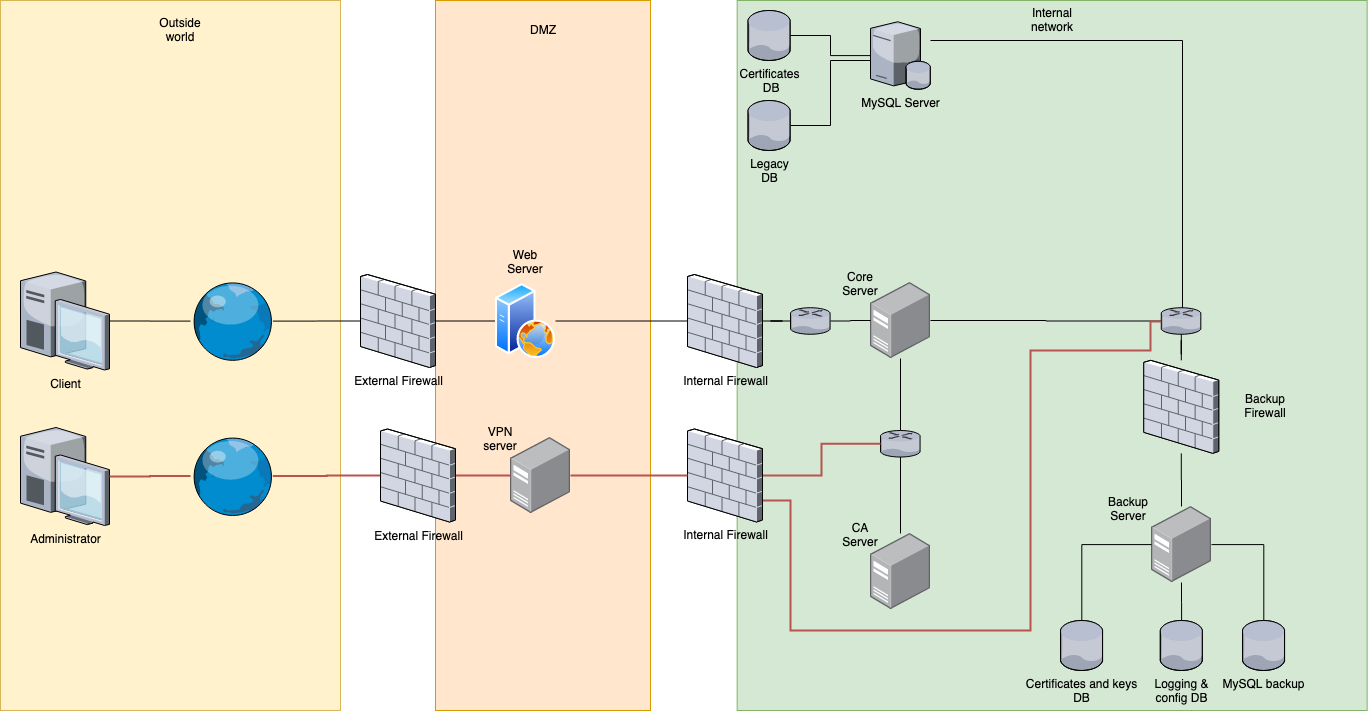
Before: doc/network_plan/sketch_network.png, a diagram exported from draw.io (ManuelMeinen/Applied-Security-Lab). Source tidied: cells renumbered, new cells last; positions are measured from the earlier drawing's top-left corner, leaving out a move shared by most shapes.
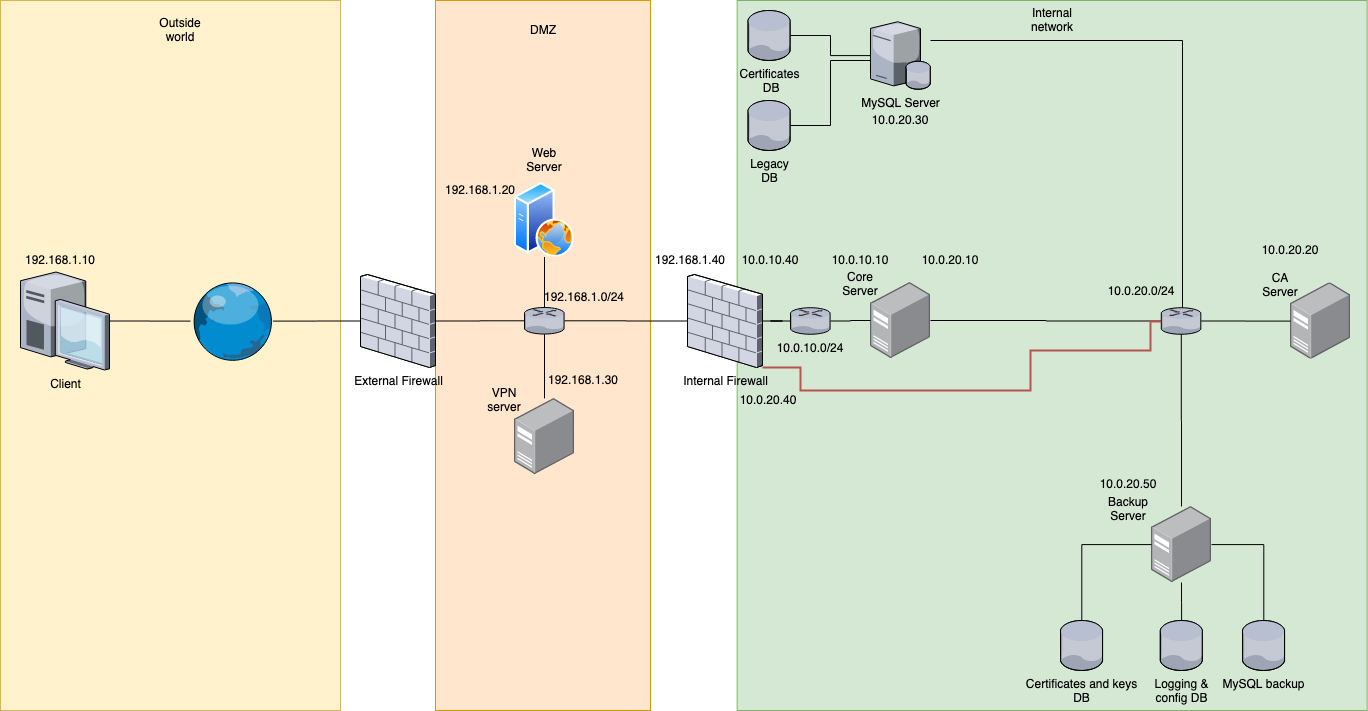
The same diagram one commit later.

Diff of the diagram source:
```diff
@@ -17,15 +17,12 @@
     <mxCell id="6" value="Client" style="verticalLabelPosition=bottom;html=1;verticalAlign=top;strokeColor=none;align=center;outlineConnect=0;shape=mxgraph.citrix.desktop;" parent="1" vertex="1">
       <mxGeometry x="20" y="271.5" width="89" height="98" as="geometry" />
     </mxCell>
-    <mxCell id="7" style="edgeStyle=orthogonalEdgeStyle;rounded=0;jettySize=auto;html=1;endArrow=none;endFill=0;" parent="1" edge="1" source="8" target="64">
-      <mxGeometry relative="1" as="geometry" />
-    </mxCell>
+    <mxCell id="70" style="edgeStyle=orthogonalEdgeStyle;rounded=0;jettySize=auto;html=1;endArrow=none;endFill=0;" parent="1" edge="1" source="8" target="74">
+      <mxGeometry relative="1" as="geometry" />
+    </mxCell>
     <mxCell id="8" value="External Firewall" style="verticalLabelPosition=bottom;html=1;verticalAlign=top;strokeColor=none;align=center;outlineConnect=0;shape=mxgraph.citrix.firewall;" parent="1" vertex="1">
       <mxGeometry x="360" y="274" width="75" height="93" as="geometry" />
     </mxCell>
-    <mxCell id="9" style="edgeStyle=orthogonalEdgeStyle;rounded=0;jettySize=auto;html=1;endArrow=none;endFill=0;" parent="1" edge="1" source="64" target="19">
-      <mxGeometry relative="1" as="geometry" />
-    </mxCell>
     <mxCell id="10" value="DMZ" style="text;html=1;strokeColor=none;fillColor=none;align=center;verticalAlign=middle;whiteSpace=wrap;rounded=0;" parent="1" vertex="1">
       <mxGeometry x="522.5" y="20" width="40" height="20" as="geometry" />
     </mxCell>
@@ -84,7 +81,7 @@
       <mxGeometry x="190" y="281.2" width="82.3" height="78.7" as="geometry" />
     </mxCell>
     <mxCell id="25" style="group;" parent="1" vertex="1">
-      <mxGeometry x="840" y="525" width="90" height="84" as="geometry" />
+      <mxGeometry x="1260" y="274.5" width="90" height="84" as="geometry" />
     </mxCell>
     <mxCell id="26" style="points=[];html=1;align=center;shadow=0;dashed=0;image;image=img/lib/allied_telesis/computer_and_terminals/Server_Desktop.svg;" parent="25" vertex="1">
       <mxGeometry x="30" y="7.9" width="60" height="76.1" as="geometry" />
@@ -92,9 +89,9 @@
     <mxCell id="27" value="CA&lt;br&gt;Server" style="text;html=1;strokeColor=none;fillColor=none;align=center;verticalAlign=middle;whiteSpace=wrap;rounded=0;" parent="25" vertex="1">
       <mxGeometry width="40" height="20" as="geometry" />
     </mxCell>
-    <mxCell id="28" style="edgeStyle=orthogonalEdgeStyle;rounded=0;jettySize=auto;html=1;endArrow=none;endFill=0;" parent="1" edge="1" source="29" target="56">
-      <mxGeometry relative="1" as="geometry" />
-    </mxCell>
+    <mxCell id="71" style="edgeStyle=orthogonalEdgeStyle;rounded=0;jettySize=auto;html=1;endArrow=none;endFill=0;" parent="1" edge="1" source="29" target="33">
+      <mxGeometry relative="1" as="geometry" />
+    </mxCell>
     <mxCell id="29" style="verticalLabelPosition=bottom;html=1;verticalAlign=top;strokeColor=none;align=center;outlineConnect=0;shape=mxgraph.citrix.router;" parent="1" vertex="1">
       <mxGeometry x="1160.8" y="307.2" width="40" height="26.6" as="geometry" />
     </mxCell>
@@ -119,9 +116,6 @@
     <mxCell id="36" style="edgeStyle=orthogonalEdgeStyle;rounded=0;jettySize=auto;html=1;endArrow=none;endFill=0;" parent="1" edge="1" source="16" target="29">
       <mxGeometry relative="1" as="geometry" />
     </mxCell>
-    <mxCell id="37" style="edgeStyle=orthogonalEdgeStyle;rounded=0;jettySize=auto;html=1;endArrow=none;endFill=0;" parent="1" edge="1" source="56" target="33">
-      <mxGeometry relative="1" as="geometry" />
-    </mxCell>
     <mxCell id="38" style="edgeStyle=orthogonalEdgeStyle;rounded=0;jettySize=auto;html=1;endArrow=none;endFill=0;" parent="1" edge="1" source="33" target="30">
       <mxGeometry relative="1" as="geometry" />
     </mxCell>
@@ -131,17 +125,8 @@
     <mxCell id="40" style="edgeStyle=orthogonalEdgeStyle;rounded=0;jettySize=auto;html=1;endArrow=none;endFill=0;" parent="1" edge="1" source="33" target="35">
       <mxGeometry relative="1" as="geometry" />
     </mxCell>
-    <mxCell id="41" style="edgeStyle=orthogonalEdgeStyle;rounded=0;jettySize=auto;html=1;endArrow=none;endFill=0;" parent="1" edge="1" source="42" target="16">
-      <mxGeometry relative="1" as="geometry" />
-    </mxCell>
-    <mxCell id="42" style="verticalLabelPosition=bottom;html=1;verticalAlign=top;strokeColor=none;align=center;outlineConnect=0;shape=mxgraph.citrix.router;" parent="1" vertex="1">
-      <mxGeometry x="880" y="430" width="40" height="26.6" as="geometry" />
-    </mxCell>
-    <mxCell id="43" style="edgeStyle=orthogonalEdgeStyle;rounded=0;jettySize=auto;html=1;endArrow=none;endFill=0;" parent="1" edge="1" source="26" target="42">
-      <mxGeometry relative="1" as="geometry" />
-    </mxCell>
     <mxCell id="44" style="group;" parent="1" vertex="1">
-      <mxGeometry x="480" y="429" width="90" height="84" as="geometry" />
+      <mxGeometry x="484" y="390" width="90" height="84" as="geometry" />
     </mxCell>
     <mxCell id="45" style="points=[];html=1;align=center;shadow=0;dashed=0;image;image=img/lib/allied_telesis/computer_and_terminals/Server_Desktop.svg;" parent="44" vertex="1">
       <mxGeometry x="30" y="7.9" width="60" height="76.1" as="geometry" />
@@ -149,54 +134,18 @@
     <mxCell id="46" value="VPN server" style="text;html=1;strokeColor=none;fillColor=none;align=center;verticalAlign=middle;whiteSpace=wrap;rounded=0;" parent="44" vertex="1">
       <mxGeometry width="40" height="20" as="geometry" />
     </mxCell>
-    <mxCell id="47" style="edgeStyle=orthogonalEdgeStyle;rounded=0;jettySize=auto;html=1;endArrow=none;endFill=0;fillColor=#f8cecc;strokeColor=#b85450;strokeWidth=2;" parent="1" edge="1" source="49" target="42">
-      <mxGeometry relative="1" as="geometry" />
-    </mxCell>
-    <mxCell id="48" style="edgeStyle=orthogonalEdgeStyle;rounded=0;jettySize=auto;html=1;endArrow=none;endFill=0;strokeWidth=2;fillColor=#f8cecc;strokeColor=#b85450;" parent="1" edge="1" source="49" target="29">
+    <mxCell id="48" style="edgeStyle=orthogonalEdgeStyle;rounded=0;jettySize=auto;html=1;endArrow=none;endFill=0;strokeWidth=2;fillColor=#f8cecc;strokeColor=#b85450;" parent="1" edge="1" source="19" target="29">
       <mxGeometry relative="1" as="geometry">
         <Array as="points">
-          <mxPoint x="790" y="500" />
-          <mxPoint x="790" y="630" />
-          <mxPoint x="1030" y="630" />
+          <mxPoint x="800" y="367" />
+          <mxPoint x="800" y="390" />
+          <mxPoint x="1030" y="390" />
           <mxPoint x="1030" y="350" />
           <mxPoint x="1150" y="350" />
           <mxPoint x="1150" y="321" />
         </Array>
       </mxGeometry>
     </mxCell>
-    <mxCell id="49" value="Internal Firewall" style="verticalLabelPosition=bottom;html=1;verticalAlign=top;strokeColor=none;align=center;outlineConnect=0;shape=mxgraph.citrix.firewall;" parent="1" vertex="1">
-      <mxGeometry x="687" y="428.5" width="75" height="93" as="geometry" />
-    </mxCell>
-    <mxCell id="50" style="edgeStyle=orthogonalEdgeStyle;rounded=0;jettySize=auto;html=1;endArrow=none;endFill=0;fillColor=#f8cecc;strokeColor=#b85450;strokeWidth=2;" parent="1" edge="1" source="45" target="49">
-      <mxGeometry relative="1" as="geometry" />
-    </mxCell>
-    <mxCell id="51" value="Administrator" style="verticalLabelPosition=bottom;html=1;verticalAlign=top;strokeColor=none;align=center;outlineConnect=0;shape=mxgraph.citrix.desktop;" parent="1" vertex="1">
-      <mxGeometry x="20" y="427" width="89" height="98" as="geometry" />
-    </mxCell>
-    <mxCell id="52" style="edgeStyle=orthogonalEdgeStyle;rounded=0;jettySize=auto;html=1;endArrow=none;endFill=0;strokeWidth=2;fillColor=#f8cecc;strokeColor=#b85450;" parent="1" edge="1" source="53" target="59">
-      <mxGeometry relative="1" as="geometry" />
-    </mxCell>
-    <mxCell id="53" style="verticalLabelPosition=bottom;html=1;verticalAlign=top;strokeColor=none;align=center;outlineConnect=0;shape=mxgraph.citrix.globe;" parent="1" vertex="1">
-      <mxGeometry x="190" y="436.3" width="82.3" height="78.7" as="geometry" />
-    </mxCell>
-    <mxCell id="54" style="edgeStyle=orthogonalEdgeStyle;rounded=0;jettySize=auto;html=1;endArrow=none;endFill=0;strokeWidth=2;fillColor=#f8cecc;strokeColor=#b85450;" parent="1" edge="1" source="51" target="53">
-      <mxGeometry relative="1" as="geometry" />
-    </mxCell>
-    <mxCell id="55" style="group;" parent="1" vertex="1">
-      <mxGeometry x="1143.2" y="359.8" width="141.2" height="93" as="geometry" />
-    </mxCell>
-    <mxCell id="56" style="verticalLabelPosition=bottom;html=1;verticalAlign=top;strokeColor=none;align=center;outlineConnect=0;shape=mxgraph.citrix.firewall;" parent="55" vertex="1">
-      <mxGeometry width="75" height="93" as="geometry" />
-    </mxCell>
-    <mxCell id="57" value="Backup Firewall" style="text;html=1;strokeColor=none;fillColor=none;align=center;verticalAlign=middle;whiteSpace=wrap;rounded=0;" parent="55" vertex="1">
-      <mxGeometry x="101.2" y="36.5" width="40" height="20" as="geometry" />
-    </mxCell>
-    <mxCell id="58" style="edgeStyle=orthogonalEdgeStyle;rounded=0;jettySize=auto;html=1;endArrow=none;endFill=0;strokeWidth=2;fillColor=#f8cecc;strokeColor=#b85450;" parent="1" edge="1" source="59" target="45">
-      <mxGeometry relative="1" as="geometry" />
-    </mxCell>
-    <mxCell id="59" value="External Firewall" style="verticalLabelPosition=bottom;html=1;verticalAlign=top;strokeColor=none;align=center;outlineConnect=0;shape=mxgraph.citrix.firewall;" parent="1" vertex="1">
-      <mxGeometry x="380" y="428.5" width="75" height="93" as="geometry" />
-    </mxCell>
     <mxCell id="60" style="edgeStyle=orthogonalEdgeStyle;rounded=0;jettySize=auto;html=1;endArrow=none;endFill=0;" parent="1" edge="1" source="61" target="16">
       <mxGeometry relative="1" as="geometry" />
     </mxCell>
@@ -207,7 +156,7 @@
       <mxGeometry relative="1" as="geometry" />
     </mxCell>
     <mxCell id="63" style="group;" parent="1" vertex="1">
-      <mxGeometry x="495" y="251.5" width="60" height="106.5" as="geometry" />
+      <mxGeometry x="514" y="150" width="60" height="106.5" as="geometry" />
     </mxCell>
     <mxCell id="64" style="perimeter=ellipsePerimeter;html=1;align=center;shadow=0;dashed=0;spacingTop=3;image;image=img/lib/active_directory/web_server.svg;" parent="63" vertex="1">
       <mxGeometry y="31.5" width="60" height="75" as="geometry" />
@@ -233,5 +182,62 @@
     <mxCell id="69" value="&lt;div&gt;Legacy &lt;br&gt;&lt;/div&gt;&lt;div&gt;DB&lt;/div&gt;" style="verticalLabelPosition=bottom;html=1;verticalAlign=top;strokeColor=none;align=center;outlineConnect=0;shape=mxgraph.citrix.database;" parent="1" vertex="1">
       <mxGeometry x="747.5" y="100" width="42.5" height="50" as="geometry" />
     </mxCell>
+    <mxCell id="72" style="edgeStyle=orthogonalEdgeStyle;rounded=0;jettySize=auto;html=1;endArrow=none;endFill=0;" parent="1" edge="1" source="74" target="19">
+      <mxGeometry relative="1" as="geometry" />
+    </mxCell>
+    <mxCell id="73" style="edgeStyle=orthogonalEdgeStyle;rounded=0;jettySize=auto;html=1;endArrow=none;endFill=0;" parent="1" edge="1" source="74" target="45">
+      <mxGeometry relative="1" as="geometry" />
+    </mxCell>
+    <mxCell id="74" style="verticalLabelPosition=bottom;html=1;verticalAlign=top;strokeColor=none;align=center;outlineConnect=0;shape=mxgraph.citrix.router;" parent="1" vertex="1">
+      <mxGeometry x="524" y="307" width="40" height="26.6" as="geometry" />
+    </mxCell>
+    <mxCell id="75" style="edgeStyle=orthogonalEdgeStyle;rounded=0;jettySize=auto;html=1;endArrow=none;endFill=0;" parent="1" edge="1" source="64" target="74">
+      <mxGeometry relative="1" as="geometry" />
+    </mxCell>
+    <mxCell id="76" style="edgeStyle=orthogonalEdgeStyle;rounded=0;jettySize=auto;html=1;endArrow=none;endFill=0;" parent="1" edge="1" source="26" target="29">
+      <mxGeometry relative="1" as="geometry" />
+    </mxCell>
+    <mxCell id="77" value="192.168.1.10" style="text;html=1;strokeColor=none;fillColor=none;align=center;verticalAlign=middle;whiteSpace=wrap;rounded=0;" parent="1" vertex="1">
+      <mxGeometry x="40" y="250" width="40" height="20" as="geometry" />
+    </mxCell>
+    <mxCell id="78" value="192.168.1.20" style="text;html=1;strokeColor=none;fillColor=none;align=center;verticalAlign=middle;whiteSpace=wrap;rounded=0;" parent="1" vertex="1">
+      <mxGeometry x="460" y="180" width="40" height="20" as="geometry" />
+    </mxCell>
+    <mxCell id="79" value="192.168.1.30" style="text;html=1;strokeColor=none;fillColor=none;align=center;verticalAlign=middle;whiteSpace=wrap;rounded=0;" parent="1" vertex="1">
+      <mxGeometry x="562.5" y="370" width="40" height="20" as="geometry" />
+    </mxCell>
+    <mxCell id="80" value="&lt;div&gt;192.168.1.40&lt;/div&gt;" style="text;html=1;strokeColor=none;fillColor=none;align=center;verticalAlign=middle;whiteSpace=wrap;rounded=0;" parent="1" vertex="1">
+      <mxGeometry x="670" y="250" width="40" height="20" as="geometry" />
+    </mxCell>
+    <mxCell id="81" value="10.0.10.40" style="text;html=1;strokeColor=none;fillColor=none;align=center;verticalAlign=middle;whiteSpace=wrap;rounded=0;" parent="1" vertex="1">
+      <mxGeometry x="750" y="250" width="40" height="20" as="geometry" />
+    </mxCell>
+    <mxCell id="82" value="10.0.20.40" style="text;html=1;strokeColor=none;fillColor=none;align=center;verticalAlign=middle;whiteSpace=wrap;rounded=0;" parent="1" vertex="1">
+      <mxGeometry x="747.5" y="390" width="40" height="20" as="geometry" />
+    </mxCell>
+    <mxCell id="83" value="10.0.10.10" style="text;html=1;strokeColor=none;fillColor=none;align=center;verticalAlign=middle;whiteSpace=wrap;rounded=0;" parent="1" vertex="1">
+      <mxGeometry x="840" y="250" width="40" height="20" as="geometry" />
+    </mxCell>
+    <mxCell id="84" value="10.0.20.10" style="text;html=1;strokeColor=none;fillColor=none;align=center;verticalAlign=middle;whiteSpace=wrap;rounded=0;" parent="1" vertex="1">
+      <mxGeometry x="930" y="250" width="40" height="20" as="geometry" />
+    </mxCell>
+    <mxCell id="85" value="10.0.20.20" style="text;html=1;strokeColor=none;fillColor=none;align=center;verticalAlign=middle;whiteSpace=wrap;rounded=0;" parent="1" vertex="1">
+      <mxGeometry x="1270" y="240" width="40" height="20" as="geometry" />
+    </mxCell>
+    <mxCell id="86" value="10.0.20.30" style="text;html=1;strokeColor=none;fillColor=none;align=center;verticalAlign=middle;whiteSpace=wrap;rounded=0;" parent="1" vertex="1">
+      <mxGeometry x="880" y="110" width="40" height="20" as="geometry" />
+    </mxCell>
+    <mxCell id="87" value="10.0.20.50" style="text;html=1;strokeColor=none;fillColor=none;align=center;verticalAlign=middle;whiteSpace=wrap;rounded=0;" parent="1" vertex="1">
+      <mxGeometry x="1108" y="474" width="40" height="20" as="geometry" />
+    </mxCell>
+    <mxCell id="88" value="192.168.1.0/24" style="text;html=1;strokeColor=none;fillColor=none;align=center;verticalAlign=middle;whiteSpace=wrap;rounded=0;" parent="1" vertex="1">
+      <mxGeometry x="564" y="287" width="40" height="20" as="geometry" />
+    </mxCell>
+    <mxCell id="89" value="10.0.10.0/24" style="text;html=1;strokeColor=none;fillColor=none;align=center;verticalAlign=middle;whiteSpace=wrap;rounded=0;" parent="1" vertex="1">
+      <mxGeometry x="790" y="338" width="40" height="20" as="geometry" />
+    </mxCell>
+    <mxCell id="90" value="10.0.20.0/24" style="text;html=1;strokeColor=none;fillColor=none;align=center;verticalAlign=middle;whiteSpace=wrap;rounded=0;" parent="1" vertex="1">
+      <mxGeometry x="1120.8" y="281.2" width="40" height="20" as="geometry" />
+    </mxCell>
   </root>
 </mxGraphModel>
```
